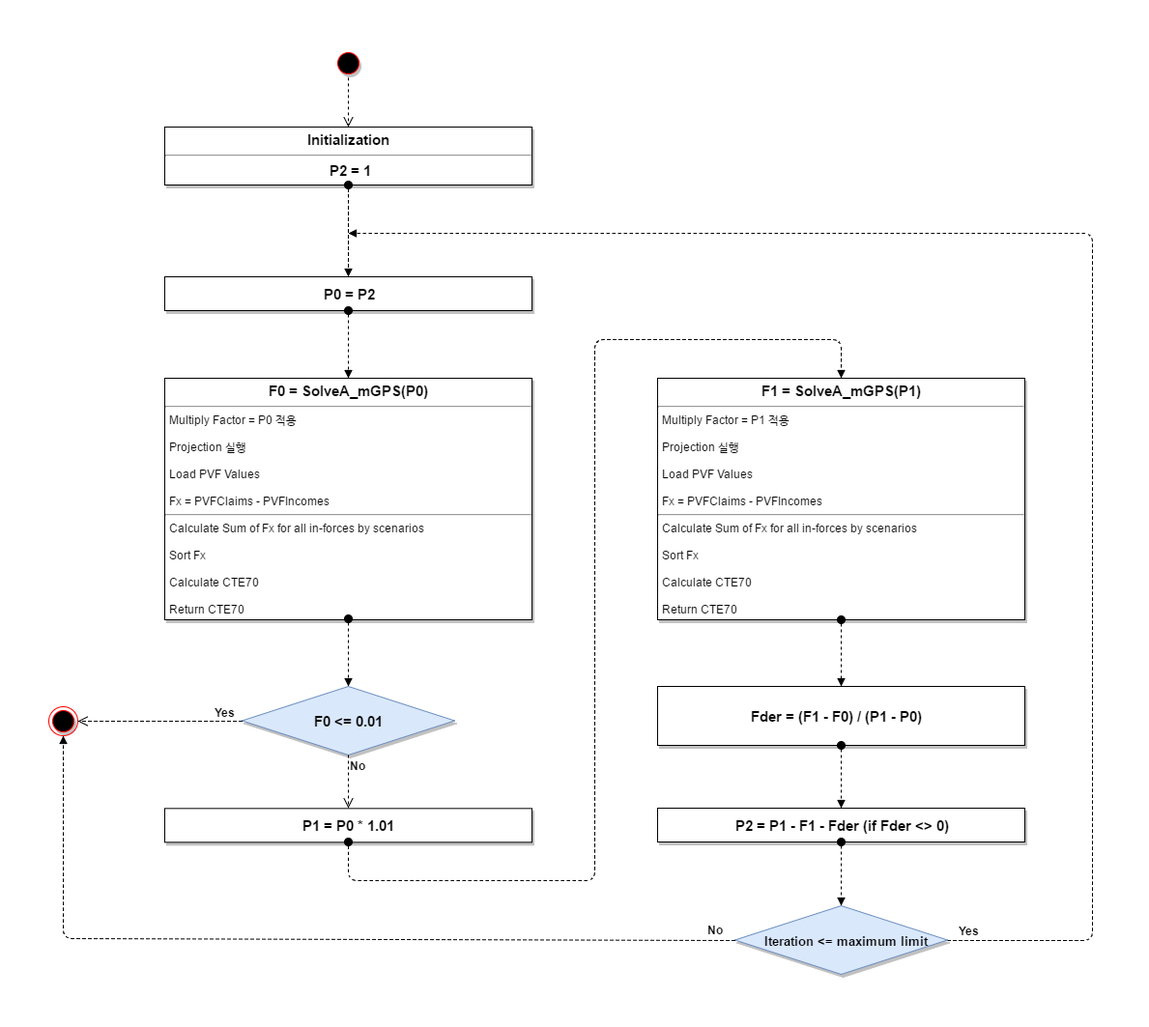
Above: SecantMethod.png in MillimanKorea/GoalSeek (draw.io), before the change. Source tidied: cells renumbered, new cells last; positions are measured from the earlier drawing's top-left corner, leaving out a move shared by most shapes.
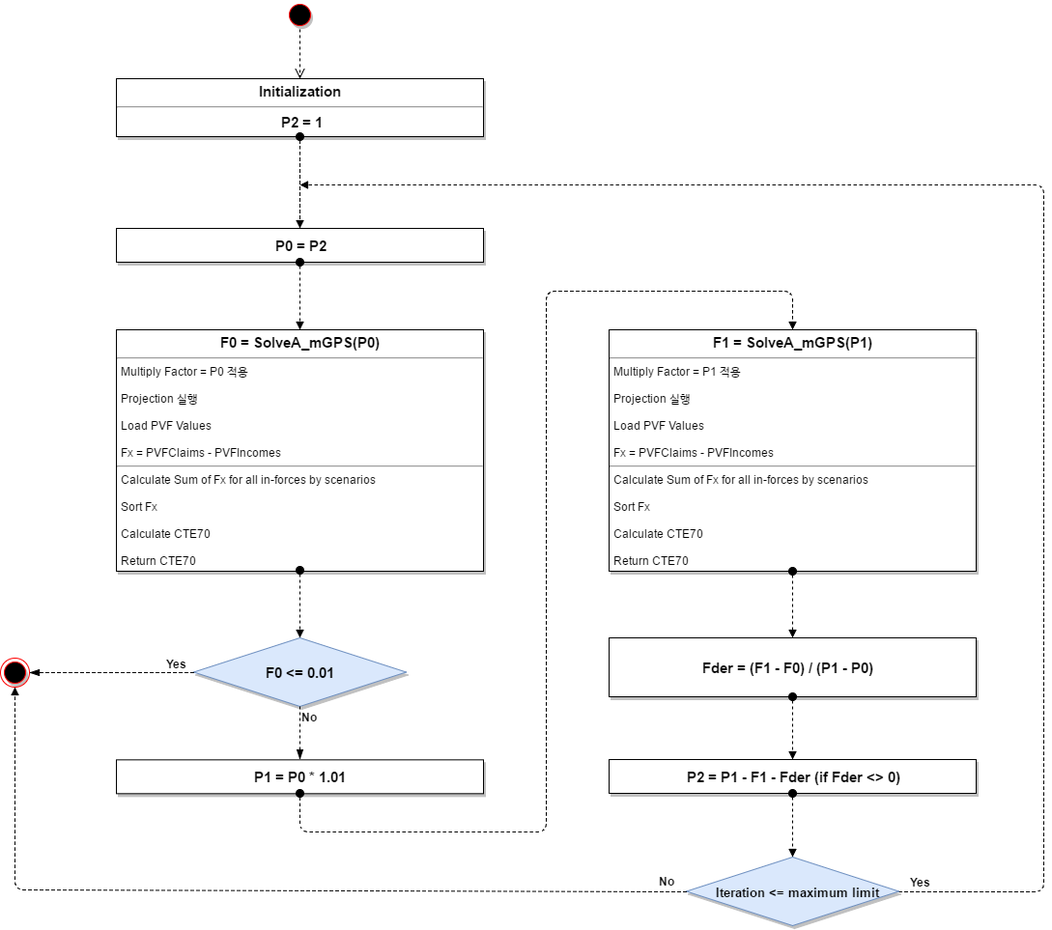
Above is the later version.

Commit message:
이미지 수정

The edit, as a diff of the source:
```diff
@@ -70,10 +70,10 @@
     <mxCell id="17" value="&lt;b&gt;F0 &amp;lt;= 0.01&lt;/b&gt;" style="rhombus;whiteSpace=wrap;html=1;fillColor=#dae8fc;strokeColor=#6c8ebf;shadow=1;glass=0;comic=0;fontSize=15;align=center;" parent="1" vertex="1">
       <mxGeometry x="200" y="660" width="220" height="71" as="geometry" />
     </mxCell>
-    <mxCell id="18" value="&lt;b&gt;No&lt;/b&gt;" style="edgeStyle=orthogonalEdgeStyle;html=1;align=left;verticalAlign=bottom;endArrow=open;endSize=8;strokeColor=#000000;shadow=0;dashed=1;fontSize=12;entryX=0.5;entryY=0;" parent="1" edge="1" source="17" target="2">
+    <mxCell id="18" value="&lt;b&gt;No&lt;/b&gt;" style="edgeStyle=orthogonalEdgeStyle;html=1;align=left;verticalAlign=bottom;endArrow=blockThin;endSize=8;strokeColor=#000000;shadow=0;dashed=1;fontSize=12;entryX=0.5;entryY=0;endFill=1;" parent="1" edge="1" source="17" target="2">
       <mxGeometry x="-0.27" relative="1" as="geometry" />
     </mxCell>
-    <mxCell id="19" value="&lt;font style=&quot;font-size: 12px&quot;&gt;&lt;b&gt;Yes&lt;/b&gt;&lt;/font&gt;" style="edgeStyle=orthogonalEdgeStyle;html=1;align=left;verticalAlign=bottom;endArrow=open;endSize=8;strokeColor=#000000;shadow=0;dashed=1;fontSize=10;exitX=0;exitY=0.5;" parent="1" edge="1" source="17" target="16">
+    <mxCell id="19" value="&lt;font style=&quot;font-size: 12px&quot;&gt;&lt;b&gt;Yes&lt;/b&gt;&lt;/font&gt;" style="edgeStyle=orthogonalEdgeStyle;html=1;align=left;verticalAlign=bottom;endArrow=blockThin;endSize=8;strokeColor=#000000;shadow=0;dashed=1;fontSize=10;exitX=0;exitY=0.5;endFill=1;" parent="1" edge="1" source="17" target="16">
       <mxGeometry as="geometry">
         <Array as="points">
           <mxPoint x="110" y="696" />
```
